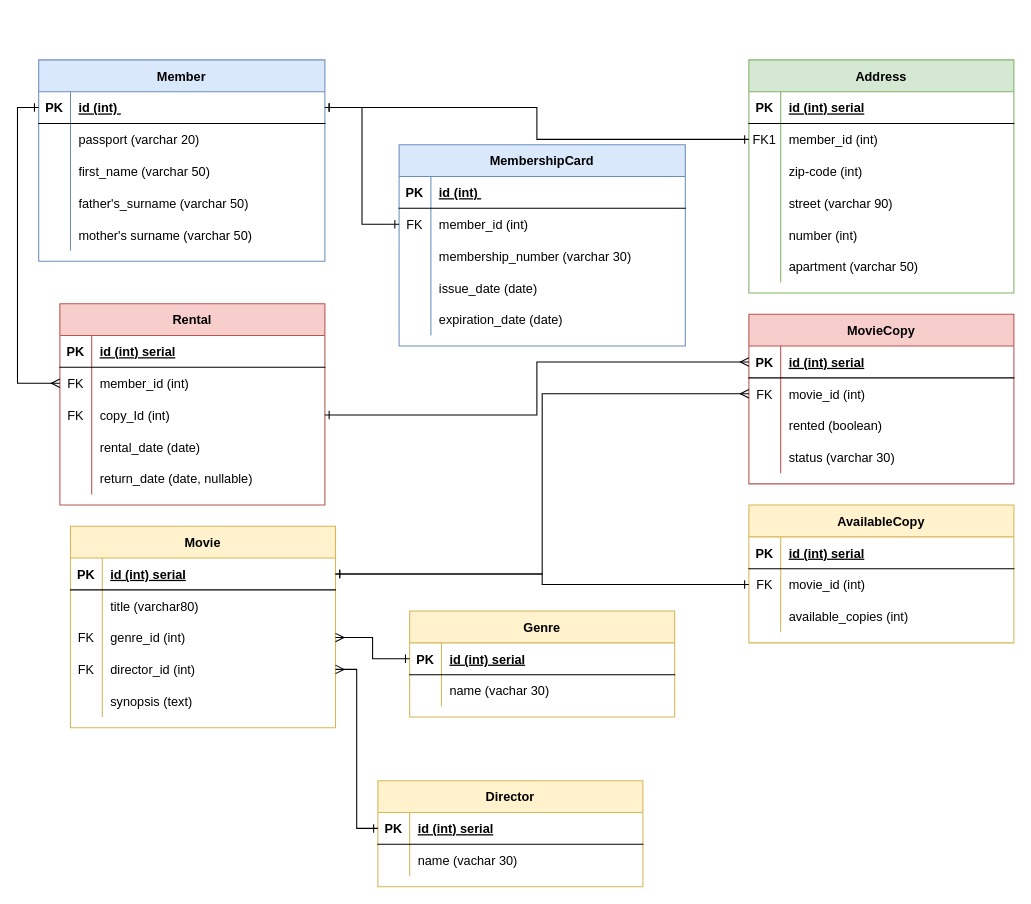
The draw.io diagram MyVideoClub.drawio in Mitronios/Relational-databases-VideoClub, before the edit. Source tidied: cells renumbered, new cells numbered last; positions are measured from the earlier drawing's top-left corner, leaving out a move shared by most shapes. Both pictures are drawn from the tidied source at 106%, with x=0, y=0 at pixel (38, 59).
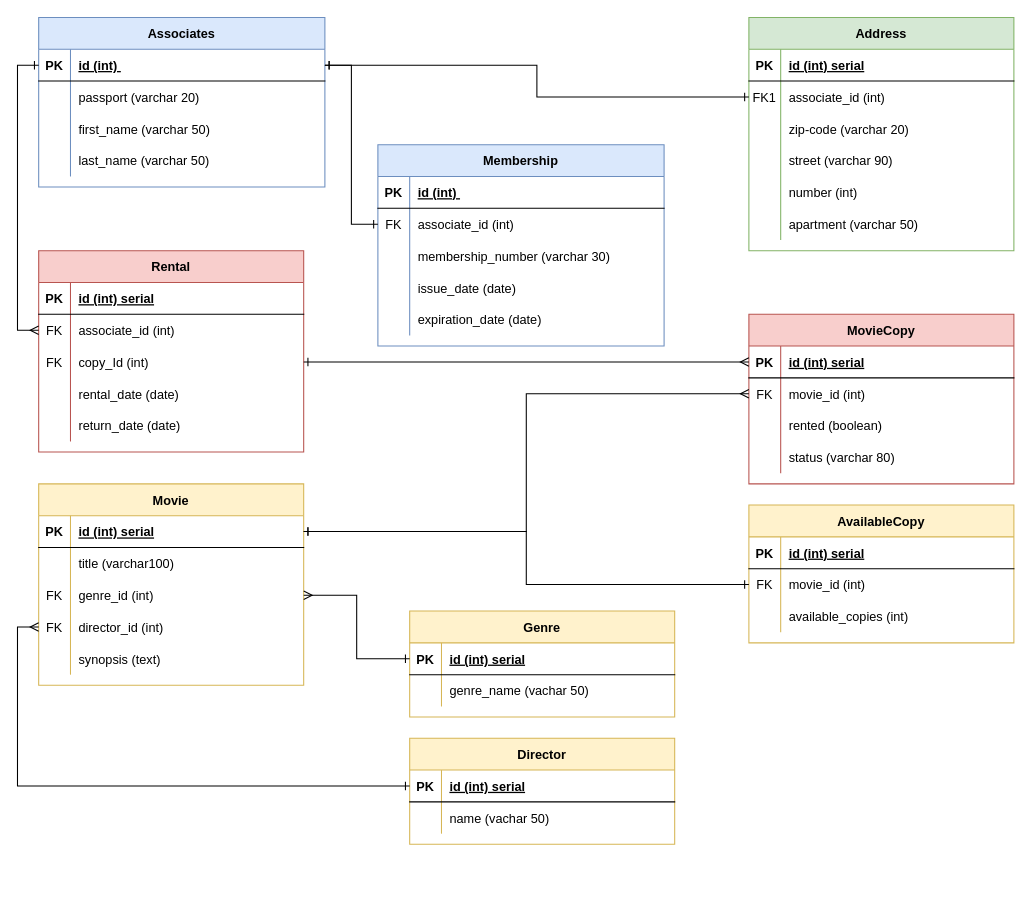
The same page after the edit.

Commit message:
fix: change member for associates, change some names

Unchanged cells that the change refers to:
```xml
<mxCell id="6" style="shape=partialRectangle;fillColor=none;points=[[0,0.5],[1,0.5]];portConstraint=eastwest;top=0;left=0;right=0;bottom=0;" parent="2" vertex="1">
  <mxGeometry y="60" width="250" height="30" as="geometry" />
</mxCell>
<mxCell id="9" style="shape=partialRectangle;fillColor=none;top=0;left=0;right=0;bottom=0;" parent="2" vertex="1">
  <mxGeometry y="90" width="250" height="30" as="geometry" />
</mxCell>
<mxCell id="25" style="shape=partialRectangle;fillColor=none;top=0;left=0;right=0;bottom=0;" parent="21" vertex="1">
  <mxGeometry y="60" width="250" height="30" as="geometry" />
</mxCell>
<mxCell id="28" style="shape=partialRectangle;fillColor=none;points=[[0,0.5],[1,0.5]];portConstraint=eastwest;top=0;left=0;right=0;bottom=0;" parent="21" vertex="1">
  <mxGeometry y="90" width="250" height="30" as="geometry" />
</mxCell>
<mxCell id="31" style="shape=partialRectangle;fillColor=none;points=[[0,0.5],[1,0.5]];portConstraint=eastwest;top=0;left=0;right=0;bottom=0;" parent="21" vertex="1">
  <mxGeometry y="120" width="250" height="30" as="geometry" />
</mxCell>
<mxCell id="47" style="shape=partialRectangle;fillColor=none;top=0;left=0;right=0;bottom=0;" parent="37" vertex="1">
  <mxGeometry y="120" width="270" height="30" as="geometry" />
</mxCell>
<mxCell id="63" style="shape=partialRectangle;fillColor=none;top=0;left=0;right=0;bottom=0;" parent="53" vertex="1">
  <mxGeometry y="120" width="250" height="30" as="geometry" />
</mxCell>
<mxCell id="70" style="shape=partialRectangle;fillColor=none;points=[[0,0.5],[1,0.5]];portConstraint=eastwest;top=0;left=0;right=0;bottom=0;" parent="66" vertex="1">
  <mxGeometry y="60" width="250" height="30" as="geometry" />
</mxCell>
<mxCell id="79" style="shape=partialRectangle;fillColor=none;top=0;left=0;right=0;bottom=0;" parent="66" vertex="1">
  <mxGeometry y="150" width="250" height="30" as="geometry" />
</mxCell>
<mxCell id="101" style="shape=partialRectangle;fillColor=none;points=[[0,0.5],[1,0.5]];portConstraint=eastwest;top=0;left=0;right=0;bottom=0;" parent="97" vertex="1">
  <mxGeometry y="60" width="270" height="30" as="geometry" />
</mxCell>
<mxCell id="115" style="shape=partialRectangle;fillColor=none;points=[[0,0.5],[1,0.5]];portConstraint=eastwest;top=0;left=0;right=0;bottom=1;" parent="114" vertex="1">
  <mxGeometry y="30" width="250" height="30" as="geometry" />
</mxCell>
<mxCell id="118" style="shape=partialRectangle;fillColor=none;top=0;left=0;right=0;bottom=0;" parent="114" vertex="1">
  <mxGeometry y="60" width="250" height="30" as="geometry" />
</mxCell>
<mxCell id="122" style="shape=partialRectangle;fillColor=none;points=[[0,0.5],[1,0.5]];portConstraint=eastwest;top=0;left=0;right=0;bottom=1;" parent="121" vertex="1">
  <mxGeometry y="30" width="250" height="30" as="geometry" />
</mxCell>
<mxCell id="125" style="shape=partialRectangle;fillColor=none;top=0;left=0;right=0;bottom=0;" parent="121" vertex="1">
  <mxGeometry y="60" width="250" height="30" as="geometry" />
</mxCell>
```

Change to the diagram source:
```diff
@@
     <mxCell id="2" value="Address" style="shape=table;startSize=30;childLayout=tableLayout;rowLines=0;fontStyle=1;align=center;fillColor=#d5e8d4;strokeColor=#82b366;" parent="1" vertex="1">
-      <mxGeometry x="670" width="250" height="220" as="geometry" />
+      <mxGeometry x="670" y="-40" width="250" height="220" as="geometry" />
     </mxCell>
@@
-    <mxCell id="8" value="member_id (int)" style="shape=partialRectangle;overflow=hidden;fillColor=none;top=0;left=0;bottom=0;right=0;align=left;spacingLeft=6;" parent="6" vertex="1">
+    <mxCell id="8" value="associate_id (int)" style="shape=partialRectangle;overflow=hidden;fillColor=none;top=0;left=0;bottom=0;right=0;align=left;spacingLeft=6;" parent="6" vertex="1">
       <mxGeometry x="30" width="220" height="30" as="geometry" />
     </mxCell>
@@
-    <mxCell id="11" value="zip-code (int)" style="shape=partialRectangle;overflow=hidden;fillColor=none;top=0;left=0;bottom=0;right=0;align=left;spacingLeft=6;" parent="9" vertex="1">
+    <mxCell id="11" value="zip-code (varchar 20)" style="shape=partialRectangle;overflow=hidden;fillColor=none;top=0;left=0;bottom=0;right=0;align=left;spacingLeft=6;" parent="9" vertex="1">
       <mxGeometry x="30" width="220" height="30" as="geometry" />
     </mxCell>
@@
     <mxCell id="21" value="Movie" style="shape=table;startSize=30;childLayout=tableLayout;rowLines=0;fontStyle=1;align=center;fillColor=#fff2cc;strokeColor=#d6b656;" parent="1" vertex="1">
-      <mxGeometry x="30" y="440" width="250" height="190" as="geometry" />
+      <mxGeometry y="400" width="250" height="190" as="geometry" />
     </mxCell>
@@
-    <mxCell id="27" value="title (varchar80)" style="shape=partialRectangle;overflow=hidden;fillColor=none;top=0;left=0;bottom=0;right=0;align=left;spacingLeft=6;" parent="25" vertex="1">
+    <mxCell id="27" value="title (varchar100)" style="shape=partialRectangle;overflow=hidden;fillColor=none;top=0;left=0;bottom=0;right=0;align=left;spacingLeft=6;" parent="25" vertex="1">
       <mxGeometry x="30" width="220" height="30" as="geometry" />
     </mxCell>
@@
-    <mxCell id="37" value="Member" style="shape=table;startSize=30;childLayout=tableLayout;rowLines=0;fontStyle=1;align=center;fillColor=#dae8fc;strokeColor=#6c8ebf;" parent="1" vertex="1">
-      <mxGeometry width="270" height="190" as="geometry" />
+    <mxCell id="37" value="Associates" style="shape=table;startSize=30;childLayout=tableLayout;rowLines=0;fontStyle=1;align=center;fillColor=#dae8fc;strokeColor=#6c8ebf;" parent="1" vertex="1">
+      <mxGeometry y="-40" width="270" height="160" as="geometry" />
     </mxCell>
@@
-    <mxCell id="49" value="father's_surname (varchar 50)" style="shape=partialRectangle;overflow=hidden;fillColor=none;top=0;left=0;bottom=0;right=0;align=left;spacingLeft=6;" parent="47" vertex="1">
+    <mxCell id="49" value="last_name (varchar 50)" style="shape=partialRectangle;overflow=hidden;fillColor=none;top=0;left=0;bottom=0;right=0;align=left;spacingLeft=6;" parent="47" vertex="1">
       <mxGeometry x="30" width="240" height="30" as="geometry" />
     </mxCell>
-    <mxCell id="50" style="shape=partialRectangle;fillColor=none;top=0;left=0;right=0;bottom=0;" parent="37" vertex="1">
-      <mxGeometry y="150" width="270" height="30" as="geometry" />
-    </mxCell>
-    <mxCell id="51" style="shape=partialRectangle;overflow=hidden;fillColor=none;top=0;left=0;bottom=0;right=0;" parent="50" vertex="1">
-      <mxGeometry width="30" height="30" as="geometry" />
-    </mxCell>
-    <mxCell id="52" value="mother's surname (varchar 50)" style="shape=partialRectangle;overflow=hidden;fillColor=none;top=0;left=0;bottom=0;right=0;align=left;spacingLeft=6;" parent="50" vertex="1">
-      <mxGeometry x="30" width="240" height="30" as="geometry" />
-    </mxCell>
@@
-    <mxCell id="65" value="status (varchar 30) " style="shape=partialRectangle;overflow=hidden;fillColor=none;top=0;left=0;bottom=0;right=0;align=left;spacingLeft=6;" parent="63" vertex="1">
+    <mxCell id="65" value="status (varchar 80) " style="shape=partialRectangle;overflow=hidden;fillColor=none;top=0;left=0;bottom=0;right=0;align=left;spacingLeft=6;" parent="63" vertex="1">
       <mxGeometry x="30" width="220" height="30" as="geometry" />
     </mxCell>
     <mxCell id="66" value="Rental" style="shape=table;startSize=30;childLayout=tableLayout;rowLines=0;fontStyle=1;align=center;fillColor=#f8cecc;strokeColor=#b85450;" parent="1" vertex="1">
-      <mxGeometry x="20" y="230" width="250" height="190" as="geometry" />
+      <mxGeometry y="180" width="250" height="190" as="geometry" />
     </mxCell>
@@
-    <mxCell id="72" value="member_id (int)" style="shape=partialRectangle;overflow=hidden;fillColor=none;top=0;left=0;bottom=0;right=0;align=left;spacingLeft=6;" parent="70" vertex="1">
+    <mxCell id="72" value="associate_id (int)" style="shape=partialRectangle;overflow=hidden;fillColor=none;top=0;left=0;bottom=0;right=0;align=left;spacingLeft=6;" parent="70" vertex="1">
       <mxGeometry x="30" width="220" height="30" as="geometry" />
     </mxCell>
@@
-    <mxCell id="81" value="return_date (date, nullable)" style="shape=partialRectangle;overflow=hidden;fillColor=none;top=0;left=0;bottom=0;right=0;align=left;spacingLeft=6;" parent="79" vertex="1">
+    <mxCell id="81" value="return_date (date)" style="shape=partialRectangle;overflow=hidden;fillColor=none;top=0;left=0;bottom=0;right=0;align=left;spacingLeft=6;" parent="79" vertex="1">
       <mxGeometry x="30" width="220" height="30" as="geometry" />
     </mxCell>
@@
-    <mxCell id="97" value="MembershipCard" style="shape=table;startSize=30;childLayout=tableLayout;rowLines=0;fontStyle=1;align=center;fillColor=#dae8fc;strokeColor=#6c8ebf;" parent="1" vertex="1">
-      <mxGeometry x="340" y="80" width="270" height="190" as="geometry" />
+    <mxCell id="97" value="Membership" style="shape=table;startSize=30;childLayout=tableLayout;rowLines=0;fontStyle=1;align=center;fillColor=#dae8fc;strokeColor=#6c8ebf;" parent="1" vertex="1">
+      <mxGeometry x="320" y="80" width="270" height="190" as="geometry" />
     </mxCell>
@@
-    <mxCell id="103" value="member_id (int)" style="shape=partialRectangle;overflow=hidden;fillColor=none;top=0;left=0;bottom=0;right=0;align=left;spacingLeft=6;" parent="101" vertex="1">
+    <mxCell id="103" value="associate_id (int)" style="shape=partialRectangle;overflow=hidden;fillColor=none;top=0;left=0;bottom=0;right=0;align=left;spacingLeft=6;" parent="101" vertex="1">
       <mxGeometry x="30" width="240" height="30" as="geometry" />
     </mxCell>
@@
-    <mxCell id="120" value="name (vachar 30)" style="shape=partialRectangle;overflow=hidden;fillColor=none;top=0;left=0;bottom=0;right=0;align=left;spacingLeft=6;" parent="118" vertex="1">
+    <mxCell id="120" value="genre_name (vachar 50)" style="shape=partialRectangle;overflow=hidden;fillColor=none;top=0;left=0;bottom=0;right=0;align=left;spacingLeft=6;" parent="118" vertex="1">
       <mxGeometry x="30" width="220" height="30" as="geometry" />
     </mxCell>
     <mxCell id="121" value="Director" style="shape=table;startSize=30;childLayout=tableLayout;rowLines=0;fontStyle=1;align=center;fillColor=#fff2cc;strokeColor=#d6b656;" parent="1" vertex="1">
-      <mxGeometry x="320" y="680" width="250" height="100" as="geometry" />
+      <mxGeometry x="350" y="640" width="250" height="100" as="geometry" />
     </mxCell>
@@
-    <mxCell id="127" value="name (vachar 30)" style="shape=partialRectangle;overflow=hidden;fillColor=none;top=0;left=0;bottom=0;right=0;align=left;spacingLeft=6;" parent="125" vertex="1">
+    <mxCell id="127" value="name (vachar 50)" style="shape=partialRectangle;overflow=hidden;fillColor=none;top=0;left=0;bottom=0;right=0;align=left;spacingLeft=6;" parent="125" vertex="1">
       <mxGeometry x="30" width="220" height="30" as="geometry" />
     </mxCell>
+    <mxCell id="129" style="edgeStyle=orthogonalEdgeStyle;rounded=0;jettySize=auto;html=1;exitX=0;exitY=0.5;exitDx=0;exitDy=0;entryX=1;entryY=0.5;entryDx=0;entryDy=0;startArrow=ERone;startFill=0;endArrow=ERmany;endFill=0;" parent="1" edge="1" source="115" target="28">
+      <mxGeometry relative="1" as="geometry" />
+    </mxCell>
-    <mxCell id="128" style="edgeStyle=orthogonalEdgeStyle;rounded=0;jettySize=auto;html=1;exitX=0;exitY=0.5;exitDx=0;exitDy=0;entryX=1;entryY=0.5;entryDx=0;entryDy=0;startArrow=ERone;startFill=0;endArrow=ERmany;endFill=0;" parent="1" edge="1" source="122" target="31">
+    <mxCell id="128" style="edgeStyle=orthogonalEdgeStyle;rounded=0;jettySize=auto;html=1;exitX=0;exitY=0.5;exitDx=0;exitDy=0;entryX=0;entryY=0.5;entryDx=0;entryDy=0;startArrow=ERone;startFill=0;endArrow=ERmany;endFill=0;" parent="1" edge="1" source="122" target="31">
       <mxGeometry relative="1" as="geometry" />
     </mxCell>
-    <mxCell id="129" style="edgeStyle=orthogonalEdgeStyle;rounded=0;jettySize=auto;html=1;exitX=0;exitY=0.5;exitDx=0;exitDy=0;entryX=1;entryY=0.5;entryDx=0;entryDy=0;startArrow=ERone;startFill=0;endArrow=ERmany;endFill=0;" parent="1" edge="1" source="115" target="28">
-      <mxGeometry relative="1" as="geometry" />
-    </mxCell>
```
